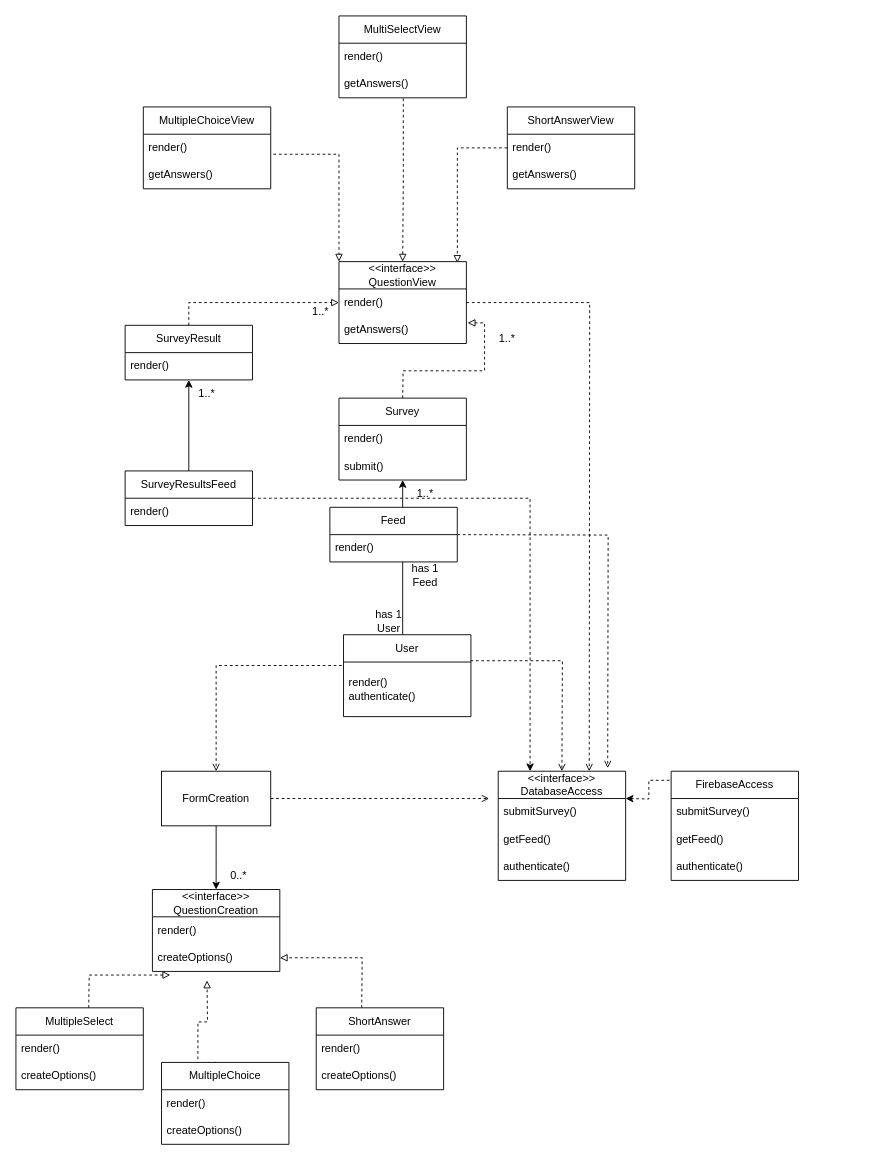
jhu-oose-f24/Team-SuperSurveyors keeps this draw.io diagram as docs/design/class_diagram.drawio. Above is the earlier version. Source tidied: cells renumbered, new cells numbered last; positions are measured from the earlier drawing's top-left corner, leaving out a move shared by most shapes. Both pictures are drawn from the tidied source at 91%, with x=0, y=0 at pixel (15, 15).
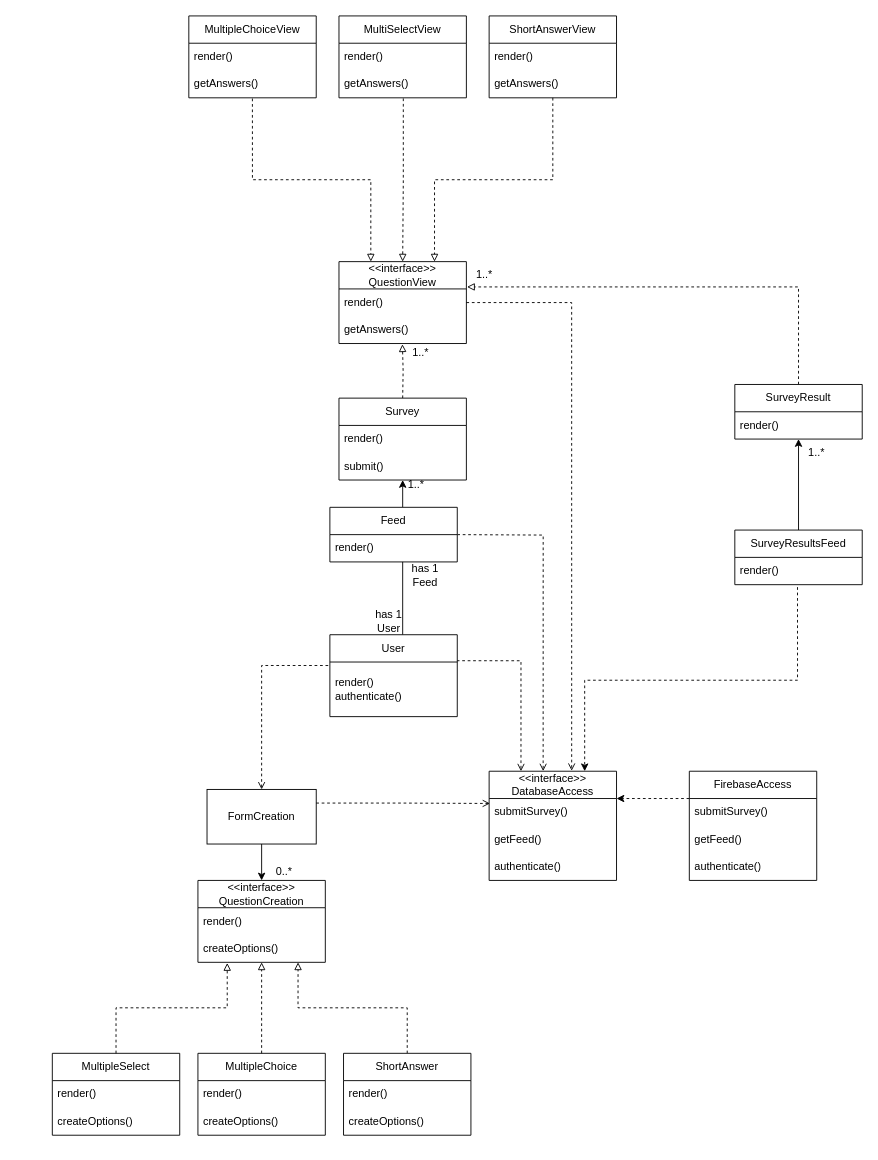
The same page after the edit.

Commit message (it also covers changes not shown here):
Reformatted class diagram

Unchanged cells that the change refers to:
```xml
<mxCell id="25" value="render()" style="text;strokeColor=none;fillColor=none;align=left;verticalAlign=middle;spacingLeft=4;spacingRight=4;overflow=hidden;points=[[0,0.5],[1,0.5]];portConstraint=eastwest;whiteSpace=wrap;html=1;" parent="24" vertex="1">
  <mxGeometry y="30" width="140" height="30" as="geometry" />
</mxCell>
<mxCell id="26" value="getAnswers()" style="text;strokeColor=none;fillColor=none;align=left;verticalAlign=middle;spacingLeft=4;spacingRight=4;overflow=hidden;points=[[0,0.5],[1,0.5]];portConstraint=eastwest;whiteSpace=wrap;html=1;" parent="24" vertex="1">
  <mxGeometry y="60" width="140" height="30" as="geometry" />
</mxCell>
<mxCell id="31" value="render()" style="text;strokeColor=none;fillColor=none;align=left;verticalAlign=middle;spacingLeft=4;spacingRight=4;overflow=hidden;points=[[0,0.5],[1,0.5]];portConstraint=eastwest;whiteSpace=wrap;html=1;" parent="30" vertex="1">
  <mxGeometry y="30" width="140" height="30" as="geometry" />
</mxCell>
<mxCell id="32" value="getAnswers()" style="text;strokeColor=none;fillColor=none;align=left;verticalAlign=middle;spacingLeft=4;spacingRight=4;overflow=hidden;points=[[0,0.5],[1,0.5]];portConstraint=eastwest;whiteSpace=wrap;html=1;" parent="30" vertex="1">
  <mxGeometry y="60" width="140" height="30" as="geometry" />
</mxCell>
<mxCell id="33" value="&amp;lt;&amp;lt;interface&amp;gt;&amp;gt;&lt;div&gt;QuestionView&lt;/div&gt;" style="swimlane;fontStyle=0;horizontal=1;startSize=30;whiteSpace=wrap;html=1;" parent="1" vertex="1">
  <mxGeometry x="355" y="270" width="140" height="90" as="geometry" />
</mxCell>
<mxCell id="34" value="render()" style="text;strokeColor=none;fillColor=none;align=left;verticalAlign=middle;spacingLeft=4;spacingRight=4;overflow=hidden;points=[[0,0.5],[1,0.5]];portConstraint=eastwest;whiteSpace=wrap;html=1;" parent="33" vertex="1">
  <mxGeometry y="30" width="140" height="30" as="geometry" />
</mxCell>
<mxCell id="35" value="getAnswers()" style="text;strokeColor=none;fillColor=none;align=left;verticalAlign=middle;spacingLeft=4;spacingRight=4;overflow=hidden;points=[[0,0.5],[1,0.5]];portConstraint=eastwest;whiteSpace=wrap;html=1;" parent="33" vertex="1">
  <mxGeometry y="60" width="140" height="30" as="geometry" />
</mxCell>
<mxCell id="42" value="submitSurvey()" style="text;strokeColor=none;fillColor=none;align=left;verticalAlign=middle;spacingLeft=4;spacingRight=4;overflow=hidden;points=[[0,0.5],[1,0.5]];portConstraint=eastwest;whiteSpace=wrap;html=1;" parent="41" vertex="1">
  <mxGeometry y="30" width="140" height="30" as="geometry" />
</mxCell>
<mxCell id="46" value="submitSurvey()" style="text;strokeColor=none;fillColor=none;align=left;verticalAlign=middle;spacingLeft=4;spacingRight=4;overflow=hidden;points=[[0,0.5],[1,0.5]];portConstraint=eastwest;whiteSpace=wrap;html=1;" parent="45" vertex="1">
  <mxGeometry y="30" width="140" height="30" as="geometry" />
</mxCell>
<mxCell id="51" value="createOptions()" style="text;strokeColor=none;fillColor=none;align=left;verticalAlign=middle;spacingLeft=4;spacingRight=4;overflow=hidden;points=[[0,0.5],[1,0.5]];portConstraint=eastwest;whiteSpace=wrap;html=1;" parent="49" vertex="1">
  <mxGeometry y="60" width="140" height="30" as="geometry" />
</mxCell>
<mxCell id="62" value="render()&lt;div&gt;authenticate()&lt;/div&gt;" style="text;strokeColor=none;fillColor=none;align=left;verticalAlign=middle;spacingLeft=4;spacingRight=4;overflow=hidden;points=[[0,0.5],[1,0.5]];portConstraint=eastwest;whiteSpace=wrap;html=1;" parent="61" vertex="1">
  <mxGeometry y="30" width="140" height="60" as="geometry" />
</mxCell>
<mxCell id="66" value="render()" style="text;strokeColor=none;fillColor=none;align=left;verticalAlign=middle;spacingLeft=4;spacingRight=4;overflow=hidden;points=[[0,0.5],[1,0.5]];portConstraint=eastwest;whiteSpace=wrap;html=1;" parent="65" vertex="1">
  <mxGeometry y="30" width="140" height="30" as="geometry" />
</mxCell>
```

The edit, as a diff of the source:
```diff
@@
-    <mxCell id="2" style="edgeStyle=orthogonalEdgeStyle;rounded=0;jettySize=auto;html=1;dashed=1;exitX=0.021;exitY=-0.022;exitDx=0;exitDy=0;exitPerimeter=0;" parent="1" edge="1" source="46">
-      <mxGeometry relative="1" as="geometry">
-        <mxPoint x="670" y="860" as="targetPoint" />
-      </mxGeometry>
-    </mxCell>
-    <mxCell id="3" style="edgeStyle=orthogonalEdgeStyle;rounded=0;jettySize=auto;html=1;entryX=0.5;entryY=0;entryDx=0;entryDy=0;" parent="1" edge="1" source="5">
-      <mxGeometry relative="1" as="geometry">
-        <mxPoint x="220" y="960" as="targetPoint" />
-      </mxGeometry>
+    <mxCell id="3" style="edgeStyle=orthogonalEdgeStyle;rounded=0;jettySize=auto;html=1;entryX=0.5;entryY=0;entryDx=0;entryDy=0;" parent="1" edge="1" source="5" target="49">
+      <mxGeometry relative="1" as="geometry" />
     </mxCell>
-    <mxCell id="4" style="edgeStyle=orthogonalEdgeStyle;rounded=0;jettySize=auto;html=1;dashed=1;endArrow=open;endFill=0;strokeWidth=1;" parent="1" edge="1" source="5">
-      <mxGeometry relative="1" as="geometry">
-        <mxPoint x="520" y="860" as="targetPoint" />
-      </mxGeometry>
-    </mxCell>
     <mxCell id="5" value="FormCreation" style="rounded=0;whiteSpace=wrap;html=1;" parent="1" vertex="1">
-      <mxGeometry x="160" y="830" width="120" height="60" as="geometry" />
+      <mxGeometry x="210" y="850" width="120" height="60" as="geometry" />
     </mxCell>
     <mxCell id="6" value="0..*" style="text;html=1;align=center;verticalAlign=middle;whiteSpace=wrap;rounded=0;" parent="1" vertex="1">
-      <mxGeometry x="230" y="930" width="30" height="30" as="geometry" />
+      <mxGeometry x="280" y="925" width="30" height="30" as="geometry" />
     </mxCell>
-    <mxCell id="7" style="edgeStyle=orthogonalEdgeStyle;rounded=0;jettySize=auto;html=1;endArrow=block;endFill=0;dashed=1;entryX=1;entryY=0.5;entryDx=0;entryDy=0;" parent="1" edge="1" target="51">
-      <mxGeometry relative="1" as="geometry">
-        <mxPoint x="380" y="1090" as="sourcePoint" />
-      </mxGeometry>
+    <mxCell id="7" style="edgeStyle=orthogonalEdgeStyle;rounded=0;jettySize=auto;html=1;endArrow=block;endFill=0;dashed=1;entryX=0.786;entryY=1;entryDx=0;entryDy=0;entryPerimeter=0;exitX=0.5;exitY=0;exitDx=0;exitDy=0;" parent="1" edge="1" source="52" target="51">
+      <mxGeometry relative="1" as="geometry" />
     </mxCell>
-    <mxCell id="8" style="edgeStyle=orthogonalEdgeStyle;rounded=0;orthogonalLoop=1;jettySize=auto;html=1;endArrow=block;endFill=0;dashed=1;" parent="1" edge="1">
-      <mxGeometry relative="1" as="geometry">
-        <mxPoint x="220" y="1150" as="sourcePoint" />
-        <mxPoint x="210" y="1060" as="targetPoint" />
-      </mxGeometry>
-    </mxCell>
-    <mxCell id="9" style="edgeStyle=orthogonalEdgeStyle;rounded=0;jettySize=auto;html=1;endArrow=block;endFill=0;dashed=1;entryX=0.14;entryY=1.133;entryDx=0;entryDy=0;entryPerimeter=0;" parent="1" edge="1" target="51">
-      <mxGeometry relative="1" as="geometry">
-        <mxPoint x="80" y="1090" as="sourcePoint" />
-      </mxGeometry>
-    </mxCell>
@@
-    <mxCell id="11" style="edgeStyle=orthogonalEdgeStyle;rounded=0;jettySize=auto;html=1;exitX=0.996;exitY=-0.024;exitDx=0;exitDy=0;entryX=0.5;entryY=0;entryDx=0;entryDy=0;endArrow=open;endFill=0;dashed=1;exitPerimeter=0;" parent="1" edge="1" source="62">
-      <mxGeometry relative="1" as="geometry">
-        <mxPoint x="600" y="830" as="targetPoint" />
-      </mxGeometry>
+    <mxCell id="11" style="edgeStyle=orthogonalEdgeStyle;rounded=0;jettySize=auto;html=1;exitX=0.996;exitY=-0.024;exitDx=0;exitDy=0;entryX=0.25;entryY=0;entryDx=0;entryDy=0;endArrow=open;endFill=0;dashed=1;exitPerimeter=0;" parent="1" edge="1" source="62" target="41">
+      <mxGeometry relative="1" as="geometry" />
     </mxCell>
@@
-    <mxCell id="14" style="edgeStyle=orthogonalEdgeStyle;rounded=0;orthogonalLoop=1;jettySize=auto;html=1;entryX=0.919;entryY=-0.056;entryDx=0;entryDy=0;entryPerimeter=0;dashed=1;endArrow=open;endFill=0;" parent="1" edge="1">
+    <mxCell id="14" style="edgeStyle=orthogonalEdgeStyle;rounded=0;jettySize=auto;html=1;dashed=1;endArrow=open;endFill=0;entryX=0.424;entryY=-0.001;entryDx=0;entryDy=0;entryPerimeter=0;" parent="1" edge="1" target="41">
       <mxGeometry relative="1" as="geometry">
         <mxPoint x="485" y="570" as="sourcePoint" />
-        <mxPoint x="650.3" y="826.6" as="targetPoint" />
       </mxGeometry>
     </mxCell>
@@
-    <mxCell id="17" style="edgeStyle=orthogonalEdgeStyle;rounded=0;jettySize=auto;html=1;endArrow=block;endFill=0;dashed=1;entryX=1.01;entryY=0.244;entryDx=0;entryDy=0;entryPerimeter=0;" parent="1" edge="1" target="35">
+    <mxCell id="17" style="edgeStyle=orthogonalEdgeStyle;rounded=0;jettySize=auto;html=1;endArrow=block;endFill=0;dashed=1;entryX=0.498;entryY=1.026;entryDx=0;entryDy=0;entryPerimeter=0;" parent="1" edge="1" target="35">
       <mxGeometry relative="1" as="geometry">
         <mxPoint x="425" y="420" as="sourcePoint" />
       </mxGeometry>
     </mxCell>
     <mxCell id="18" value="1..*" style="text;html=1;align=center;verticalAlign=middle;whiteSpace=wrap;rounded=0;" parent="1" vertex="1">
-      <mxGeometry x="430" y="510" width="40" height="30" as="geometry" />
+      <mxGeometry x="420" y="500" width="40" height="30" as="geometry" />
     </mxCell>
-    <mxCell id="19" style="edgeStyle=orthogonalEdgeStyle;rounded=0;jettySize=auto;html=1;entryX=0.75;entryY=0;entryDx=0;entryDy=0;dashed=1;endArrow=open;endFill=0;exitX=1;exitY=0.5;exitDx=0;exitDy=0;" parent="1" edge="1" source="34">
-      <mxGeometry relative="1" as="geometry">
-        <mxPoint x="630" y="830" as="targetPoint" />
-      </mxGeometry>
+    <mxCell id="19" style="edgeStyle=orthogonalEdgeStyle;rounded=0;jettySize=auto;html=1;entryX=0.648;entryY=-0.004;entryDx=0;entryDy=0;dashed=1;endArrow=open;endFill=0;exitX=1;exitY=0.5;exitDx=0;exitDy=0;entryPerimeter=0;" parent="1" edge="1" source="34" target="41">
+      <mxGeometry relative="1" as="geometry" />
     </mxCell>
-    <mxCell id="20" style="edgeStyle=orthogonalEdgeStyle;rounded=0;jettySize=auto;html=1;entryX=0;entryY=0;entryDx=0;entryDy=0;dashed=1;endArrow=block;endFill=0;exitX=1.021;exitY=0.733;exitDx=0;exitDy=0;exitPerimeter=0;" parent="1" edge="1" source="25" target="33">
+    <mxCell id="20" style="edgeStyle=orthogonalEdgeStyle;rounded=0;jettySize=auto;html=1;entryX=0.25;entryY=0;entryDx=0;entryDy=0;dashed=1;endArrow=block;endFill=0;exitX=0.499;exitY=1.027;exitDx=0;exitDy=0;exitPerimeter=0;" parent="1" edge="1" source="26" target="33">
       <mxGeometry relative="1" as="geometry" />
     </mxCell>
@@
-    <mxCell id="22" style="edgeStyle=orthogonalEdgeStyle;rounded=0;jettySize=auto;html=1;dashed=1;endArrow=block;endFill=0;exitX=0;exitY=0.5;exitDx=0;exitDy=0;entryX=0.929;entryY=0.015;entryDx=0;entryDy=0;entryPerimeter=0;" parent="1" edge="1" source="31" target="33">
+    <mxCell id="22" style="edgeStyle=orthogonalEdgeStyle;rounded=0;jettySize=auto;html=1;dashed=1;endArrow=block;endFill=0;entryX=0.75;entryY=0;entryDx=0;entryDy=0;exitX=0.5;exitY=1;exitDx=0;exitDy=0;exitPerimeter=0;" parent="1" edge="1" source="32" target="33">
       <mxGeometry relative="1" as="geometry" />
     </mxCell>
     <mxCell id="23" value="1..*" style="text;html=1;align=center;verticalAlign=middle;whiteSpace=wrap;rounded=0;" parent="1" vertex="1">
-      <mxGeometry x="520" y="340" width="40" height="30" as="geometry" />
+      <mxGeometry x="425" y="355" width="40" height="30" as="geometry" />
     </mxCell>
     <mxCell id="24" value="MultipleChoiceView" style="swimlane;fontStyle=0;horizontal=1;startSize=30;whiteSpace=wrap;html=1;" parent="1" vertex="1">
-      <mxGeometry x="140" y="100" width="140" height="90" as="geometry" />
+      <mxGeometry x="190" width="140" height="90" as="geometry" />
     </mxCell>
@@
     <mxCell id="30" value="ShortAnswerView" style="swimlane;fontStyle=0;horizontal=1;startSize=30;whiteSpace=wrap;html=1;" parent="1" vertex="1">
-      <mxGeometry x="540" y="100" width="140" height="90" as="geometry" />
+      <mxGeometry x="520" width="140" height="90" as="geometry" />
     </mxCell>
@@
     <mxCell id="41" value="&amp;lt;&amp;lt;interface&amp;gt;&amp;gt;&lt;div&gt;DatabaseAccess&lt;/div&gt;" style="swimlane;fontStyle=0;horizontal=1;startSize=30;whiteSpace=wrap;html=1;" parent="1" vertex="1">
-      <mxGeometry x="530" y="830" width="140" height="120" as="geometry" />
+      <mxGeometry x="520" y="830" width="140" height="120" as="geometry" />
     </mxCell>
@@
+    <mxCell id="72" style="edgeStyle=orthogonalEdgeStyle;rounded=0;jettySize=auto;html=1;exitX=0;exitY=0.25;exitDx=0;exitDy=0;entryX=1;entryY=0.25;entryDx=0;entryDy=0;dashed=1;" parent="1" edge="1" source="45" target="41">
+      <mxGeometry relative="1" as="geometry" />
+    </mxCell>
     <mxCell id="45" value="FirebaseAccess" style="swimlane;fontStyle=0;horizontal=1;startSize=30;whiteSpace=wrap;html=1;" parent="1" vertex="1">
-      <mxGeometry x="720" y="830" width="140" height="120" as="geometry" />
+      <mxGeometry x="740" y="830" width="140" height="120" as="geometry" />
     </mxCell>
@@
     <mxCell id="49" value="&amp;lt;&amp;lt;interface&amp;gt;&amp;gt;&lt;div&gt;QuestionCreation&lt;/div&gt;" style="swimlane;fontStyle=0;horizontal=1;startSize=30;whiteSpace=wrap;html=1;" parent="1" vertex="1">
-      <mxGeometry x="150" y="960" width="140" height="90" as="geometry" />
+      <mxGeometry x="200" y="950" width="140" height="90" as="geometry" />
     </mxCell>
@@
     <mxCell id="52" value="ShortAnswer" style="swimlane;fontStyle=0;horizontal=1;startSize=30;whiteSpace=wrap;html=1;" parent="1" vertex="1">
-      <mxGeometry x="330" y="1090" width="140" height="90" as="geometry" />
+      <mxGeometry x="360" y="1140" width="140" height="90" as="geometry" />
     </mxCell>
@@
     <mxCell id="55" value="MultipleChoice" style="swimlane;fontStyle=0;horizontal=1;startSize=30;whiteSpace=wrap;html=1;" parent="1" vertex="1">
-      <mxGeometry x="160" y="1150" width="140" height="90" as="geometry" />
+      <mxGeometry x="200" y="1140" width="140" height="90" as="geometry" />
     </mxCell>
@@
     <mxCell id="58" value="MultipleSelect" style="swimlane;fontStyle=0;horizontal=1;startSize=30;whiteSpace=wrap;html=1;" parent="1" vertex="1">
-      <mxGeometry y="1090" width="140" height="90" as="geometry" />
+      <mxGeometry x="40" y="1140" width="140" height="90" as="geometry" />
     </mxCell>
@@
     <mxCell id="61" value="User" style="swimlane;fontStyle=0;horizontal=1;startSize=30;whiteSpace=wrap;html=1;" parent="1" vertex="1">
-      <mxGeometry x="360" y="680" width="140" height="90" as="geometry" />
+      <mxGeometry x="345" y="680" width="140" height="90" as="geometry" />
     </mxCell>
@@
-    <mxCell id="63" style="edgeStyle=orthogonalEdgeStyle;rounded=0;jettySize=auto;html=1;exitX=1;exitY=0.5;exitDx=0;exitDy=0;entryX=0.25;entryY=0;entryDx=0;entryDy=0;dashed=1;" parent="1" edge="1" source="65" target="41">
-      <mxGeometry relative="1" as="geometry" />
+    <mxCell id="63" style="edgeStyle=orthogonalEdgeStyle;rounded=0;jettySize=auto;html=1;exitX=0.492;exitY=1.09;exitDx=0;exitDy=0;dashed=1;exitPerimeter=0;entryX=0.75;entryY=0;entryDx=0;entryDy=0;" parent="1" edge="1" source="66" target="41">
+      <mxGeometry relative="1" as="geometry">
+        <Array as="points">
+          <mxPoint x="859" y="730" />
+          <mxPoint x="625" y="730" />
+        </Array>
+      </mxGeometry>
     </mxCell>
@@
     <mxCell id="65" value="SurveyResultsFeed" style="swimlane;fontStyle=0;horizontal=1;startSize=30;whiteSpace=wrap;html=1;" parent="1" vertex="1">
-      <mxGeometry x="120" y="500" width="140" height="60" as="geometry" />
+      <mxGeometry x="790" y="565" width="140" height="60" as="geometry" />
     </mxCell>
@@
-    <mxCell id="67" style="edgeStyle=orthogonalEdgeStyle;rounded=0;jettySize=auto;html=1;exitX=0.5;exitY=0;exitDx=0;exitDy=0;entryX=0;entryY=0.5;entryDx=0;entryDy=0;dashed=1;endArrow=block;endFill=0;" parent="1" edge="1" source="68" target="34">
+    <mxCell id="67" style="edgeStyle=orthogonalEdgeStyle;rounded=0;jettySize=auto;html=1;exitX=0.5;exitY=0;exitDx=0;exitDy=0;entryX=1.005;entryY=-0.073;entryDx=0;entryDy=0;dashed=1;endArrow=block;endFill=0;entryPerimeter=0;" parent="1" edge="1" source="68" target="34">
       <mxGeometry relative="1" as="geometry" />
     </mxCell>
     <mxCell id="68" value="SurveyResult" style="swimlane;fontStyle=0;horizontal=1;startSize=30;whiteSpace=wrap;html=1;" parent="1" vertex="1">
-      <mxGeometry x="120" y="340" width="140" height="60" as="geometry" />
+      <mxGeometry x="790" y="405" width="140" height="60" as="geometry" />
     </mxCell>
@@
     <mxCell id="70" value="1..*" style="text;html=1;align=center;verticalAlign=middle;whiteSpace=wrap;rounded=0;" parent="1" vertex="1">
-      <mxGeometry x="180" y="400" width="60" height="30" as="geometry" />
+      <mxGeometry x="850" y="465" width="60" height="30" as="geometry" />
     </mxCell>
     <mxCell id="71" value="1..*" style="text;html=1;align=center;verticalAlign=middle;whiteSpace=wrap;rounded=0;" parent="1" vertex="1">
-      <mxGeometry x="315" y="310" width="40" height="30" as="geometry" />
+      <mxGeometry x="495" y="270" width="40" height="30" as="geometry" />
     </mxCell>
+    <mxCell id="73" style="edgeStyle=orthogonalEdgeStyle;rounded=0;jettySize=auto;html=1;exitX=0.5;exitY=0;exitDx=0;exitDy=0;entryX=0.5;entryY=1;entryDx=0;entryDy=0;entryPerimeter=0;dashed=1;endArrow=block;endFill=0;" parent="1" edge="1" source="55" target="51">
+      <mxGeometry relative="1" as="geometry" />
+    </mxCell>
+    <mxCell id="74" style="edgeStyle=orthogonalEdgeStyle;rounded=0;jettySize=auto;html=1;exitX=0.5;exitY=0;exitDx=0;exitDy=0;entryX=0.23;entryY=1.024;entryDx=0;entryDy=0;entryPerimeter=0;dashed=1;endArrow=block;endFill=0;" parent="1" edge="1" source="58" target="51">
+      <mxGeometry relative="1" as="geometry" />
+    </mxCell>
+    <mxCell id="75" style="edgeStyle=orthogonalEdgeStyle;rounded=0;jettySize=auto;html=1;exitX=1;exitY=0.25;exitDx=0;exitDy=0;entryX=0.007;entryY=0.181;entryDx=0;entryDy=0;entryPerimeter=0;dashed=1;endArrow=open;endFill=0;" parent="1" edge="1" source="5" target="42">
+      <mxGeometry relative="1" as="geometry" />
+    </mxCell>
```
